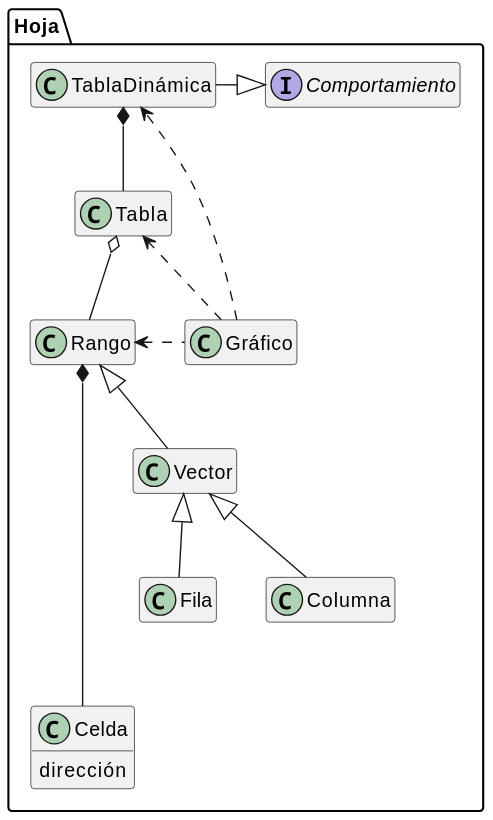
mmasias/hdC keeps this PlantUML diagram as images/modelosUML/docs/UMLdocs/esquema000.svg. Above is the earlier version.
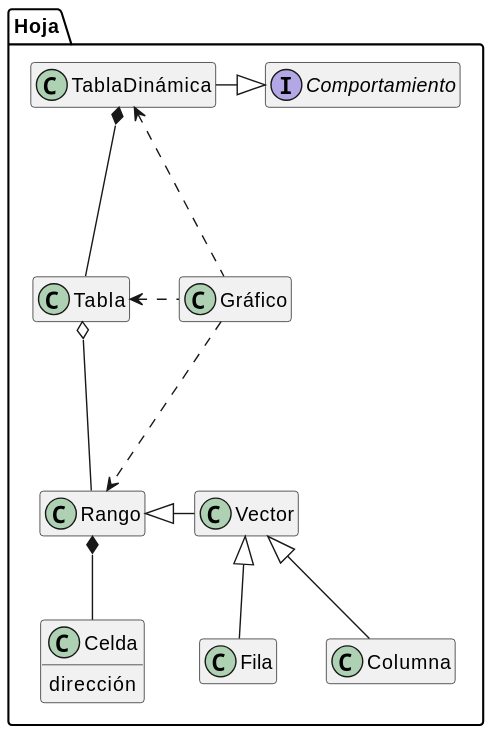
The same file after the commit.

What changed in the source:
```diff
@@ -3,16 +3,16 @@
 
 package Hoja {
     interface Comportamiento
-    Rango *-d--- Celda
-    Rango <|-- Vector
+    Rango *-d- Celda
+    Rango <|-r- Vector
     Vector <|-- Fila
     Vector <|-- Columna
+    TablaDinámica *-d- Tabla
     Tabla o-d- Rango
-    TablaDinámica *-d- Tabla
     TablaDinámica -r-|> Comportamiento
-    Gráfico .l.> Rango
-    Gráfico ..> Tabla
-    Gráfico ..> TablaDinámica
+    Gráfico ...> Rango
+    Gráfico .l..> Tabla
+    Gráfico .u..> TablaDinámica
 }
 
 class Celda{
```
